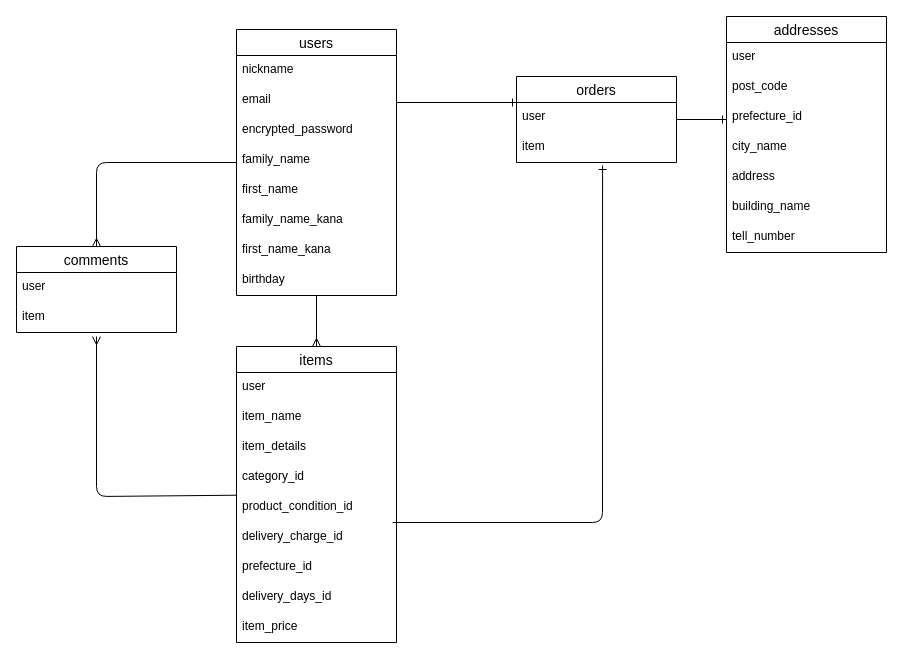
The draw.io diagram furima.dio in metamaru/furima-40260, before the edit. Source tidied: cells renumbered, new cells numbered last; positions are measured from the earlier drawing's top-left corner, leaving out a move shared by most shapes. Both pictures are drawn from the tidied source at 100%, with x=0, y=0 at pixel (16, 16).
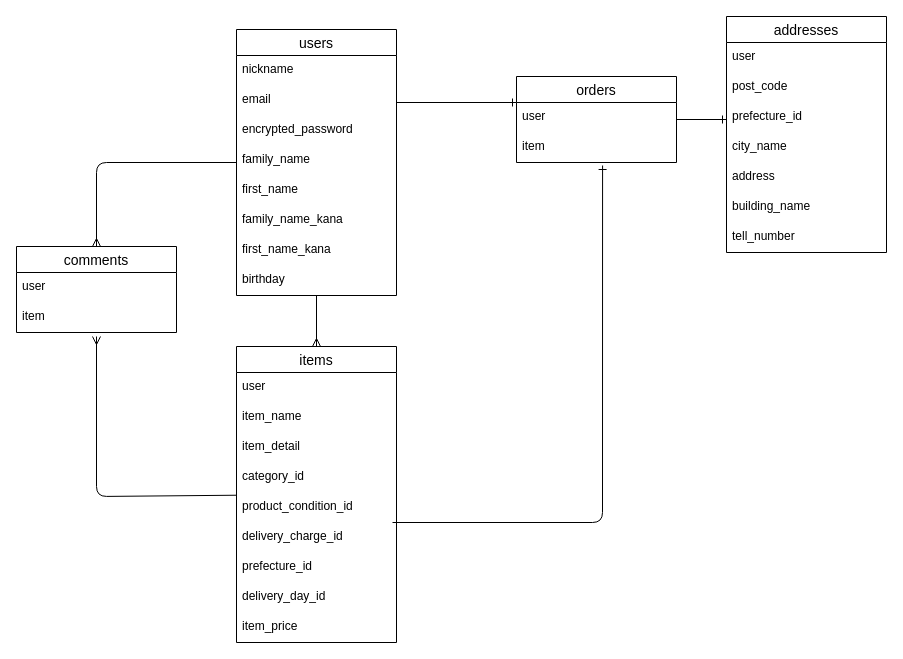
After the change.

Commit message (it also covers changes not shown here):
テーブル3度目の修正

The change refers to these unchanged cells:
```xml
<mxCell id="15" value="items" style="swimlane;fontStyle=0;horizontal=1;startSize=26;align=center;fontSize=14;" parent="1" vertex="1">
  <mxGeometry x="220" y="330" width="160" height="296" as="geometry" />
</mxCell>
```

The edit, as a diff of the source:
```diff
@@
-    <mxCell id="18" value="item_details" style="text;strokeColor=none;fillColor=none;spacingLeft=4;spacingRight=4;overflow=hidden;fontSize=12;" parent="15" vertex="1">
+    <mxCell id="18" value="item_detail" style="text;strokeColor=none;fillColor=none;spacingLeft=4;spacingRight=4;overflow=hidden;fontSize=12;" parent="15" vertex="1">
       <mxGeometry y="86" width="160" height="30" as="geometry" />
     </mxCell>
@@
-    <mxCell id="23" value="delivery_days_id" style="text;strokeColor=none;fillColor=none;spacingLeft=4;spacingRight=4;overflow=hidden;fontSize=12;" parent="15" vertex="1">
+    <mxCell id="23" value="delivery_day_id" style="text;strokeColor=none;fillColor=none;spacingLeft=4;spacingRight=4;overflow=hidden;fontSize=12;" parent="15" vertex="1">
       <mxGeometry y="236" width="160" height="30" as="geometry" />
     </mxCell>
```
